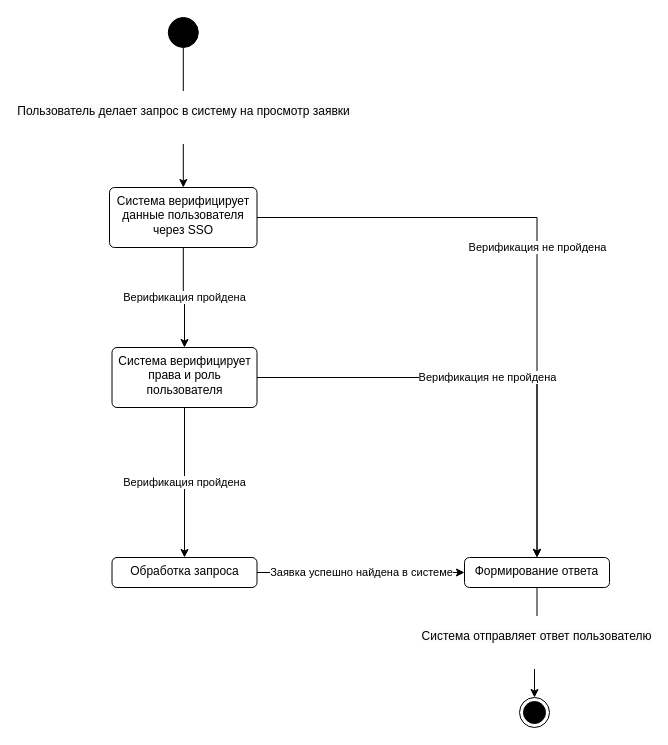
GulDilin/itmo keeps this draw.io diagram as page "use case view" (1 of 3) of magistracy/software-engeneering-methodology/diagrams/State_UC-Open-Request.drawio. Above is the earlier version. Source tidied: cells renumbered, new cells numbered last; positions are measured from the earlier drawing's top-left corner, leaving out a move shared by most shapes. Both pictures are drawn from the tidied source at 100%, with x=0, y=0 at pixel (109, 17).
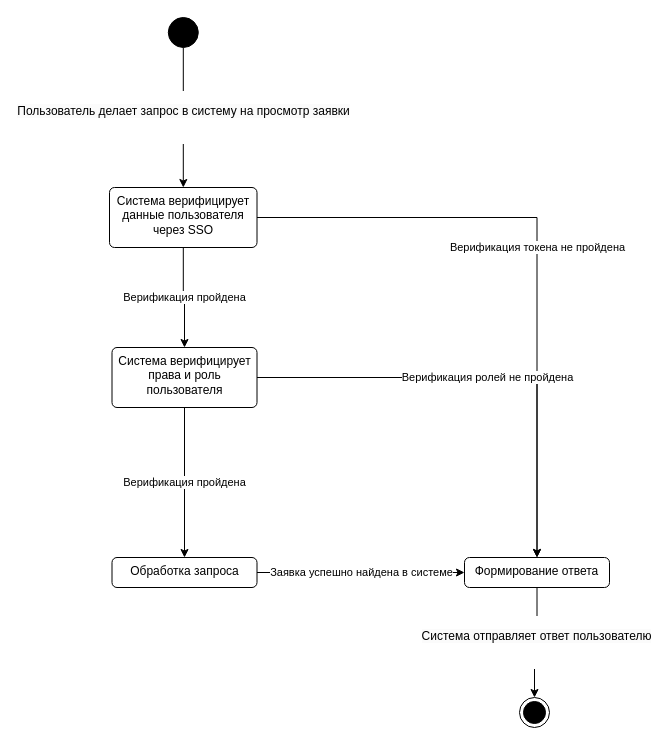
The same diagram, later.

Diff of the diagram source:
```diff
@@
 <mxGraphModel>
   <root>
     <mxCell id="0" />
     <mxCell id="1" parent="0" />
     <mxCell id="2" value="&#10;&lt;span style=&quot;color: rgb(0, 0, 0); font-family: Helvetica; font-size: 12px; font-style: normal; font-variant-ligatures: normal; font-variant-caps: normal; font-weight: 400; letter-spacing: normal; orphans: 2; text-align: center; text-indent: 0px; text-transform: none; widows: 2; word-spacing: 0px; -webkit-text-stroke-width: 0px; background-color: rgb(251, 251, 251); text-decoration-thickness: initial; text-decoration-style: initial; text-decoration-color: initial; float: none; display: inline !important;&quot;&gt;Пользователь делает запрос в систему на просмотр заявки&lt;/span&gt;&#10;&#10;" style="edgeStyle=orthogonalEdgeStyle;rounded=0;jettySize=auto;html=1;" parent="1" edge="1" source="3" target="4">
       <mxGeometry relative="1" as="geometry" />
     </mxCell>
     <mxCell id="3" style="ellipse;fillColor=strokeColor;html=1;" parent="1" vertex="1">
       <mxGeometry x="58.8" width="30" height="30" as="geometry" />
     </mxCell>
     <mxCell id="4" value="Система верифицирует данные пользователя через SSO" style="html=1;align=center;verticalAlign=top;rounded=1;absoluteArcSize=1;arcSize=10;dashed=0;whiteSpace=wrap;" parent="1" vertex="1">
       <mxGeometry y="170" width="147.5" height="60" as="geometry" />
     </mxCell>
     <mxCell id="5" value="Заявка успешно найдена в системе" style="edgeStyle=orthogonalEdgeStyle;rounded=0;jettySize=auto;html=1;" parent="1" edge="1" source="12" target="10">
       <mxGeometry relative="1" as="geometry">
         <Array as="points">
           <mxPoint x="280" y="555" />
           <mxPoint x="280" y="555" />
         </Array>
       </mxGeometry>
     </mxCell>
     <mxCell id="6" value="Система верифицирует права и роль пользователя" style="html=1;align=center;verticalAlign=top;rounded=1;absoluteArcSize=1;arcSize=10;dashed=0;whiteSpace=wrap;" parent="1" vertex="1">
       <mxGeometry x="2.5" y="330" width="145" height="60" as="geometry" />
     </mxCell>
     <mxCell id="7" value="Верификация пройдена" style="edgeStyle=orthogonalEdgeStyle;rounded=0;jettySize=auto;html=1;" parent="1" edge="1" source="4" target="6">
       <mxGeometry relative="1" as="geometry" />
     </mxCell>
-    <mxCell id="8" value="Верификация не пройдена" style="edgeStyle=orthogonalEdgeStyle;rounded=0;jettySize=auto;html=1;" parent="1" edge="1" source="4" target="10">
+    <mxCell id="8" value="Верификация токена не пройдена" style="edgeStyle=orthogonalEdgeStyle;rounded=0;jettySize=auto;html=1;" parent="1" edge="1" source="4" target="10">
       <mxGeometry relative="1" as="geometry" />
     </mxCell>
     <mxCell id="9" value="&#10;&lt;span style=&quot;color: rgb(0, 0, 0); font-family: Helvetica; font-size: 12px; font-style: normal; font-variant-ligatures: normal; font-variant-caps: normal; font-weight: 400; letter-spacing: normal; orphans: 2; text-align: center; text-indent: 0px; text-transform: none; widows: 2; word-spacing: 0px; -webkit-text-stroke-width: 0px; background-color: rgb(251, 251, 251); text-decoration-thickness: initial; text-decoration-style: initial; text-decoration-color: initial; float: none; display: inline !important;&quot;&gt;Система отправляет ответ пользователю&lt;/span&gt;&#10;&#10;" style="edgeStyle=orthogonalEdgeStyle;rounded=0;jettySize=auto;html=1;" parent="1" edge="1" source="10" target="11">
       <mxGeometry relative="1" as="geometry" />
     </mxCell>
     <mxCell id="10" value="Формирование ответа" style="html=1;align=center;verticalAlign=top;rounded=1;absoluteArcSize=1;arcSize=10;dashed=0;whiteSpace=wrap;" parent="1" vertex="1">
       <mxGeometry x="355" y="540" width="145" height="30" as="geometry" />
     </mxCell>
     <mxCell id="11" style="ellipse;html=1;shape=endState;fillColor=strokeColor;" parent="1" vertex="1">
       <mxGeometry x="410" y="680" width="30" height="30" as="geometry" />
     </mxCell>
     <mxCell id="12" value="Обработка запроса" style="html=1;align=center;verticalAlign=top;rounded=1;absoluteArcSize=1;arcSize=10;dashed=0;whiteSpace=wrap;" parent="1" vertex="1">
       <mxGeometry x="2.5" y="540" width="145" height="30" as="geometry" />
     </mxCell>
     <mxCell id="13" value="Верификация пройдена" style="edgeStyle=orthogonalEdgeStyle;rounded=0;jettySize=auto;html=1;" parent="1" edge="1" source="6" target="12">
       <mxGeometry relative="1" as="geometry" />
     </mxCell>
-    <mxCell id="14" value="Верификация не пройдена" style="edgeStyle=orthogonalEdgeStyle;rounded=0;jettySize=auto;html=1;" parent="1" edge="1" source="6" target="10">
+    <mxCell id="14" value="Верификация ролей не пройдена" style="edgeStyle=orthogonalEdgeStyle;rounded=0;jettySize=auto;html=1;" parent="1" edge="1" source="6" target="10">
       <mxGeometry relative="1" as="geometry" />
     </mxCell>
   </root>
 </mxGraphModel>
```
